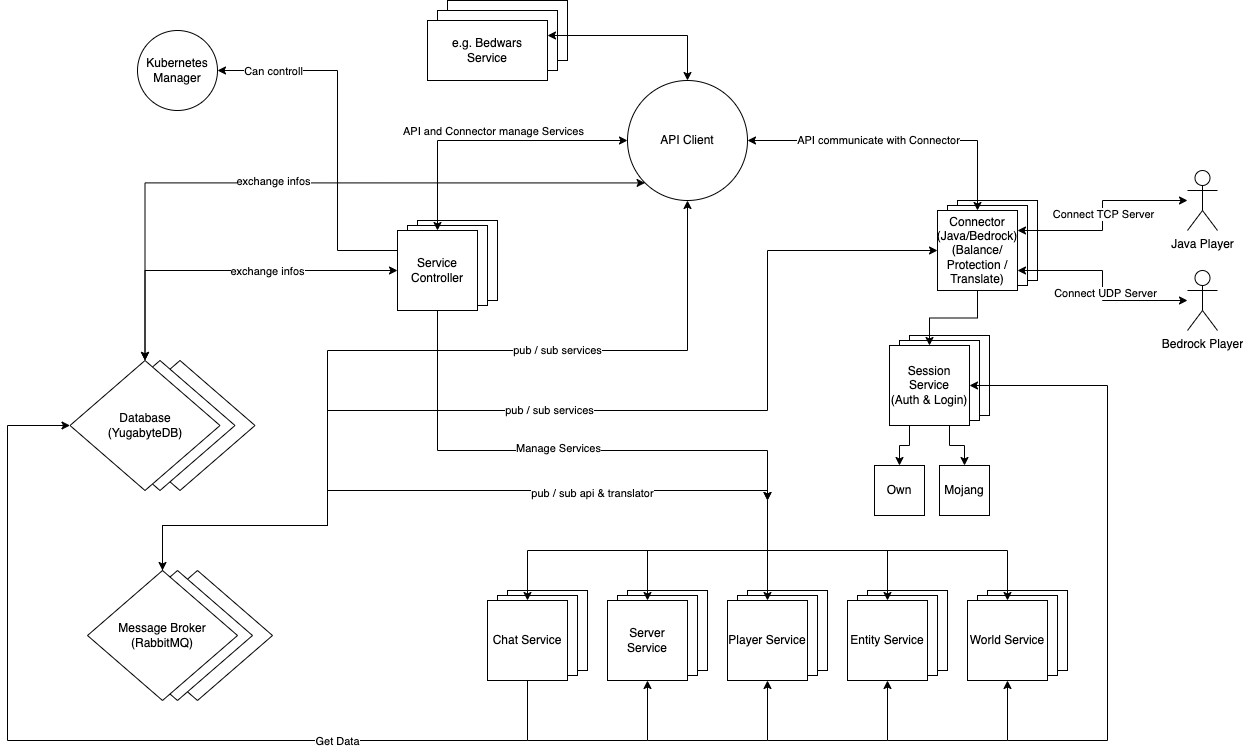
Earlier version of the draw.io export images/overview.png (Layercraft/Infos). Source tidied: cells renumbered, new cells last; positions are measured from the earlier drawing's top-left corner, leaving out a move shared by most shapes.
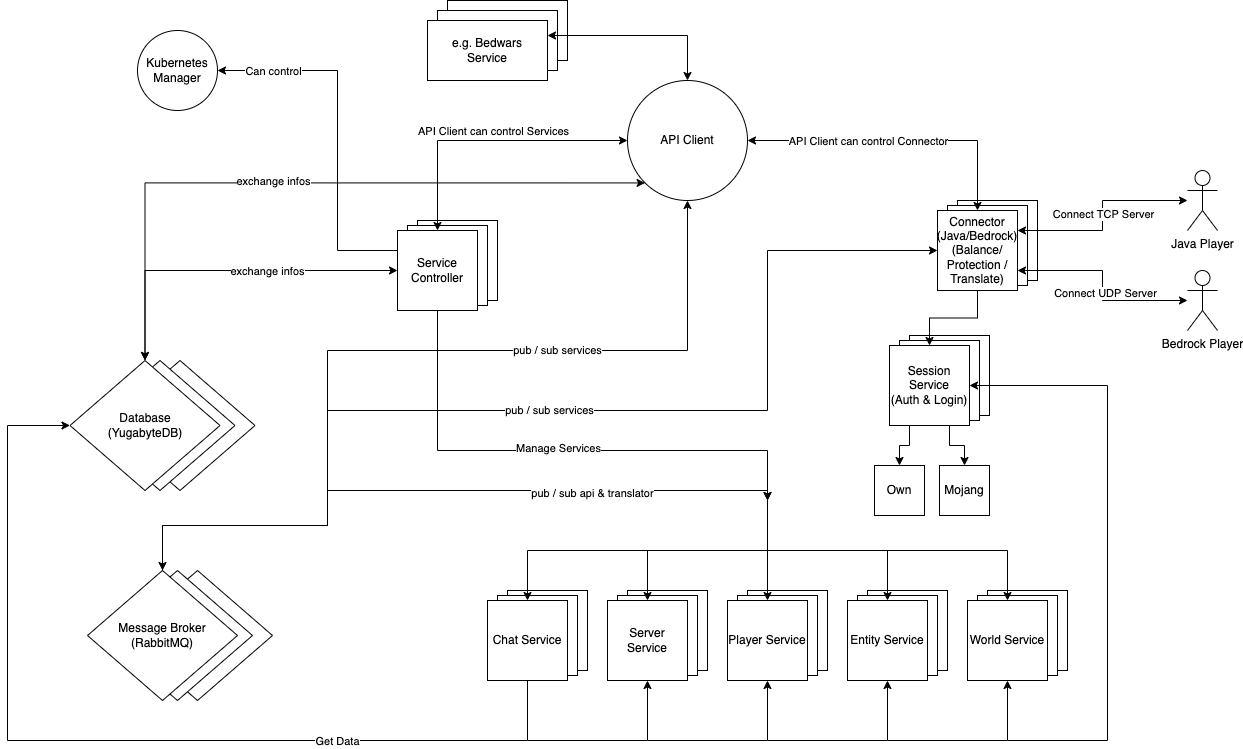
The same file after the commit.

Diff of the diagram source:
```diff
@@ -135,8 +135,10 @@
     <mxCell id="34" style="edgeStyle=orthogonalEdgeStyle;rounded=0;jettySize=auto;html=1;entryX=0.5;entryY=0;entryDx=0;entryDy=0;startArrow=classic;startFill=1;exitX=1;exitY=0.5;exitDx=0;exitDy=0;" parent="1" edge="1" source="64" target="28">
       <mxGeometry relative="1" as="geometry" />
     </mxCell>
-    <mxCell id="35" value="API communicate with Connector" style="edgeLabel;html=1;align=center;verticalAlign=middle;" parent="34" vertex="1">
-      <mxGeometry x="-0.14" y="1" relative="1" as="geometry" />
+    <mxCell id="35" value="API Client can control Connector" style="edgeLabel;html=1;align=center;verticalAlign=middle;" parent="34" vertex="1">
+      <mxGeometry x="-0.14" y="1" relative="1" as="geometry">
+        <mxPoint x="-10" y="1" as="offset" />
+      </mxGeometry>
     </mxCell>
     <mxCell id="36" value="pub / sub services" style="edgeStyle=orthogonalEdgeStyle;rounded=0;jettySize=auto;html=1;exitX=0.5;exitY=1;exitDx=0;exitDy=0;startArrow=classic;startFill=1;entryX=1;entryY=0;entryDx=0;entryDy=0;" parent="1" edge="1" source="64" target="74">
       <mxGeometry x="-0.42" relative="1" as="geometry">
@@ -215,7 +217,7 @@
     <mxCell id="49" style="edgeStyle=orthogonalEdgeStyle;rounded=0;jettySize=auto;html=1;exitX=0.5;exitY=0;exitDx=0;exitDy=0;entryX=0;entryY=0.5;entryDx=0;entryDy=0;startArrow=classic;startFill=1;" parent="1" edge="1" source="53" target="64">
       <mxGeometry relative="1" as="geometry" />
     </mxCell>
-    <mxCell id="50" value="API and Connector manage Services" style="edgeLabel;html=1;align=center;verticalAlign=middle;" parent="49" vertex="1">
+    <mxCell id="50" value="API Client can control Services" style="edgeLabel;html=1;align=center;verticalAlign=middle;" parent="49" vertex="1">
       <mxGeometry x="0.23" y="4" relative="1" as="geometry">
         <mxPoint x="-28" y="-6" as="offset" />
       </mxGeometry>
@@ -228,7 +230,7 @@
         </Array>
       </mxGeometry>
     </mxCell>
-    <mxCell id="52" value="Can controll" style="edgeLabel;html=1;align=center;verticalAlign=middle;" parent="51" vertex="1">
+    <mxCell id="52" value="Can control" style="edgeLabel;html=1;align=center;verticalAlign=middle;" parent="51" vertex="1">
       <mxGeometry x="0.02" relative="1" as="geometry">
         <mxPoint x="-65" y="-56" as="offset" />
       </mxGeometry>
```
